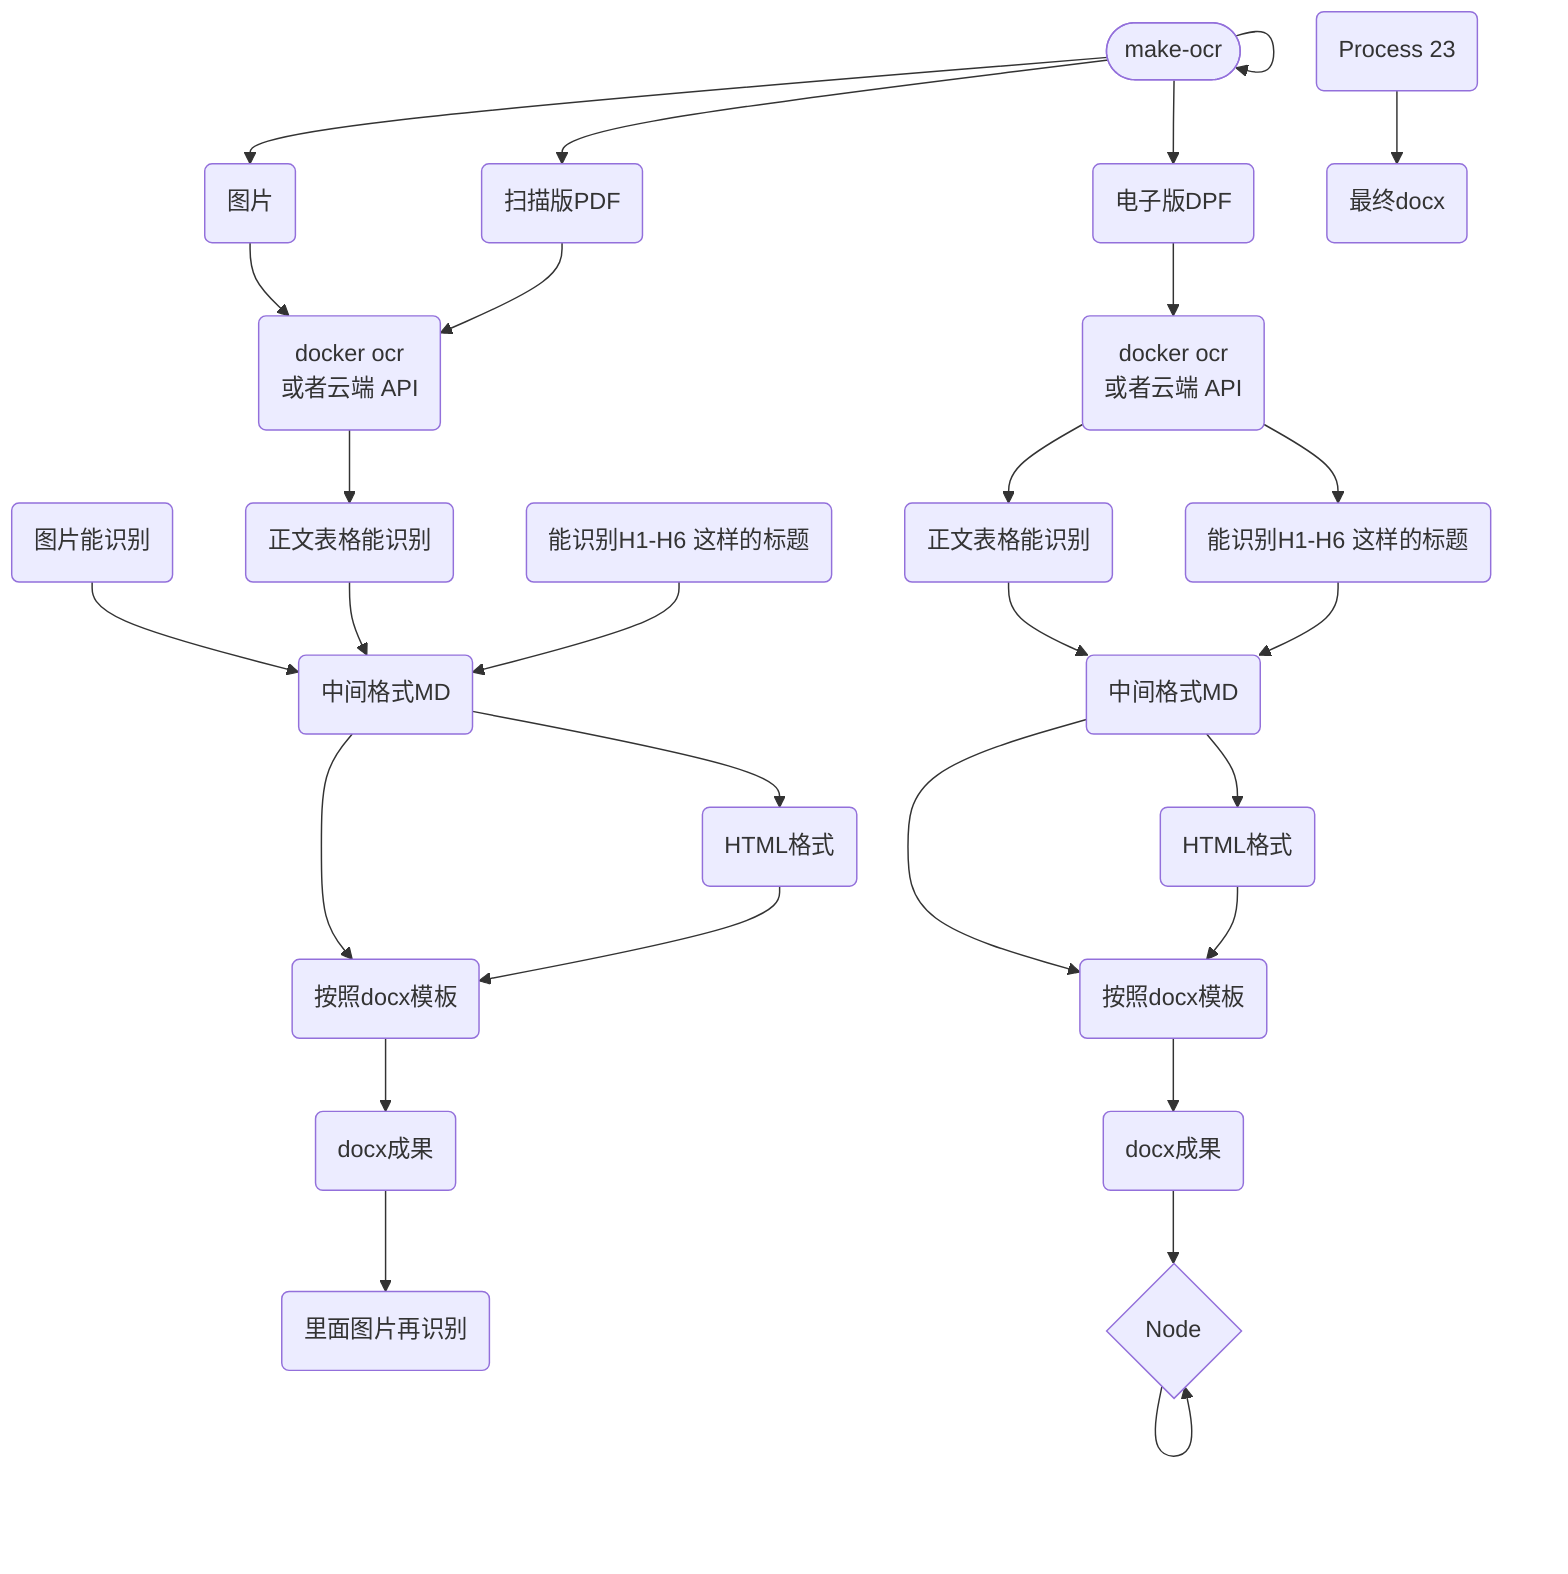
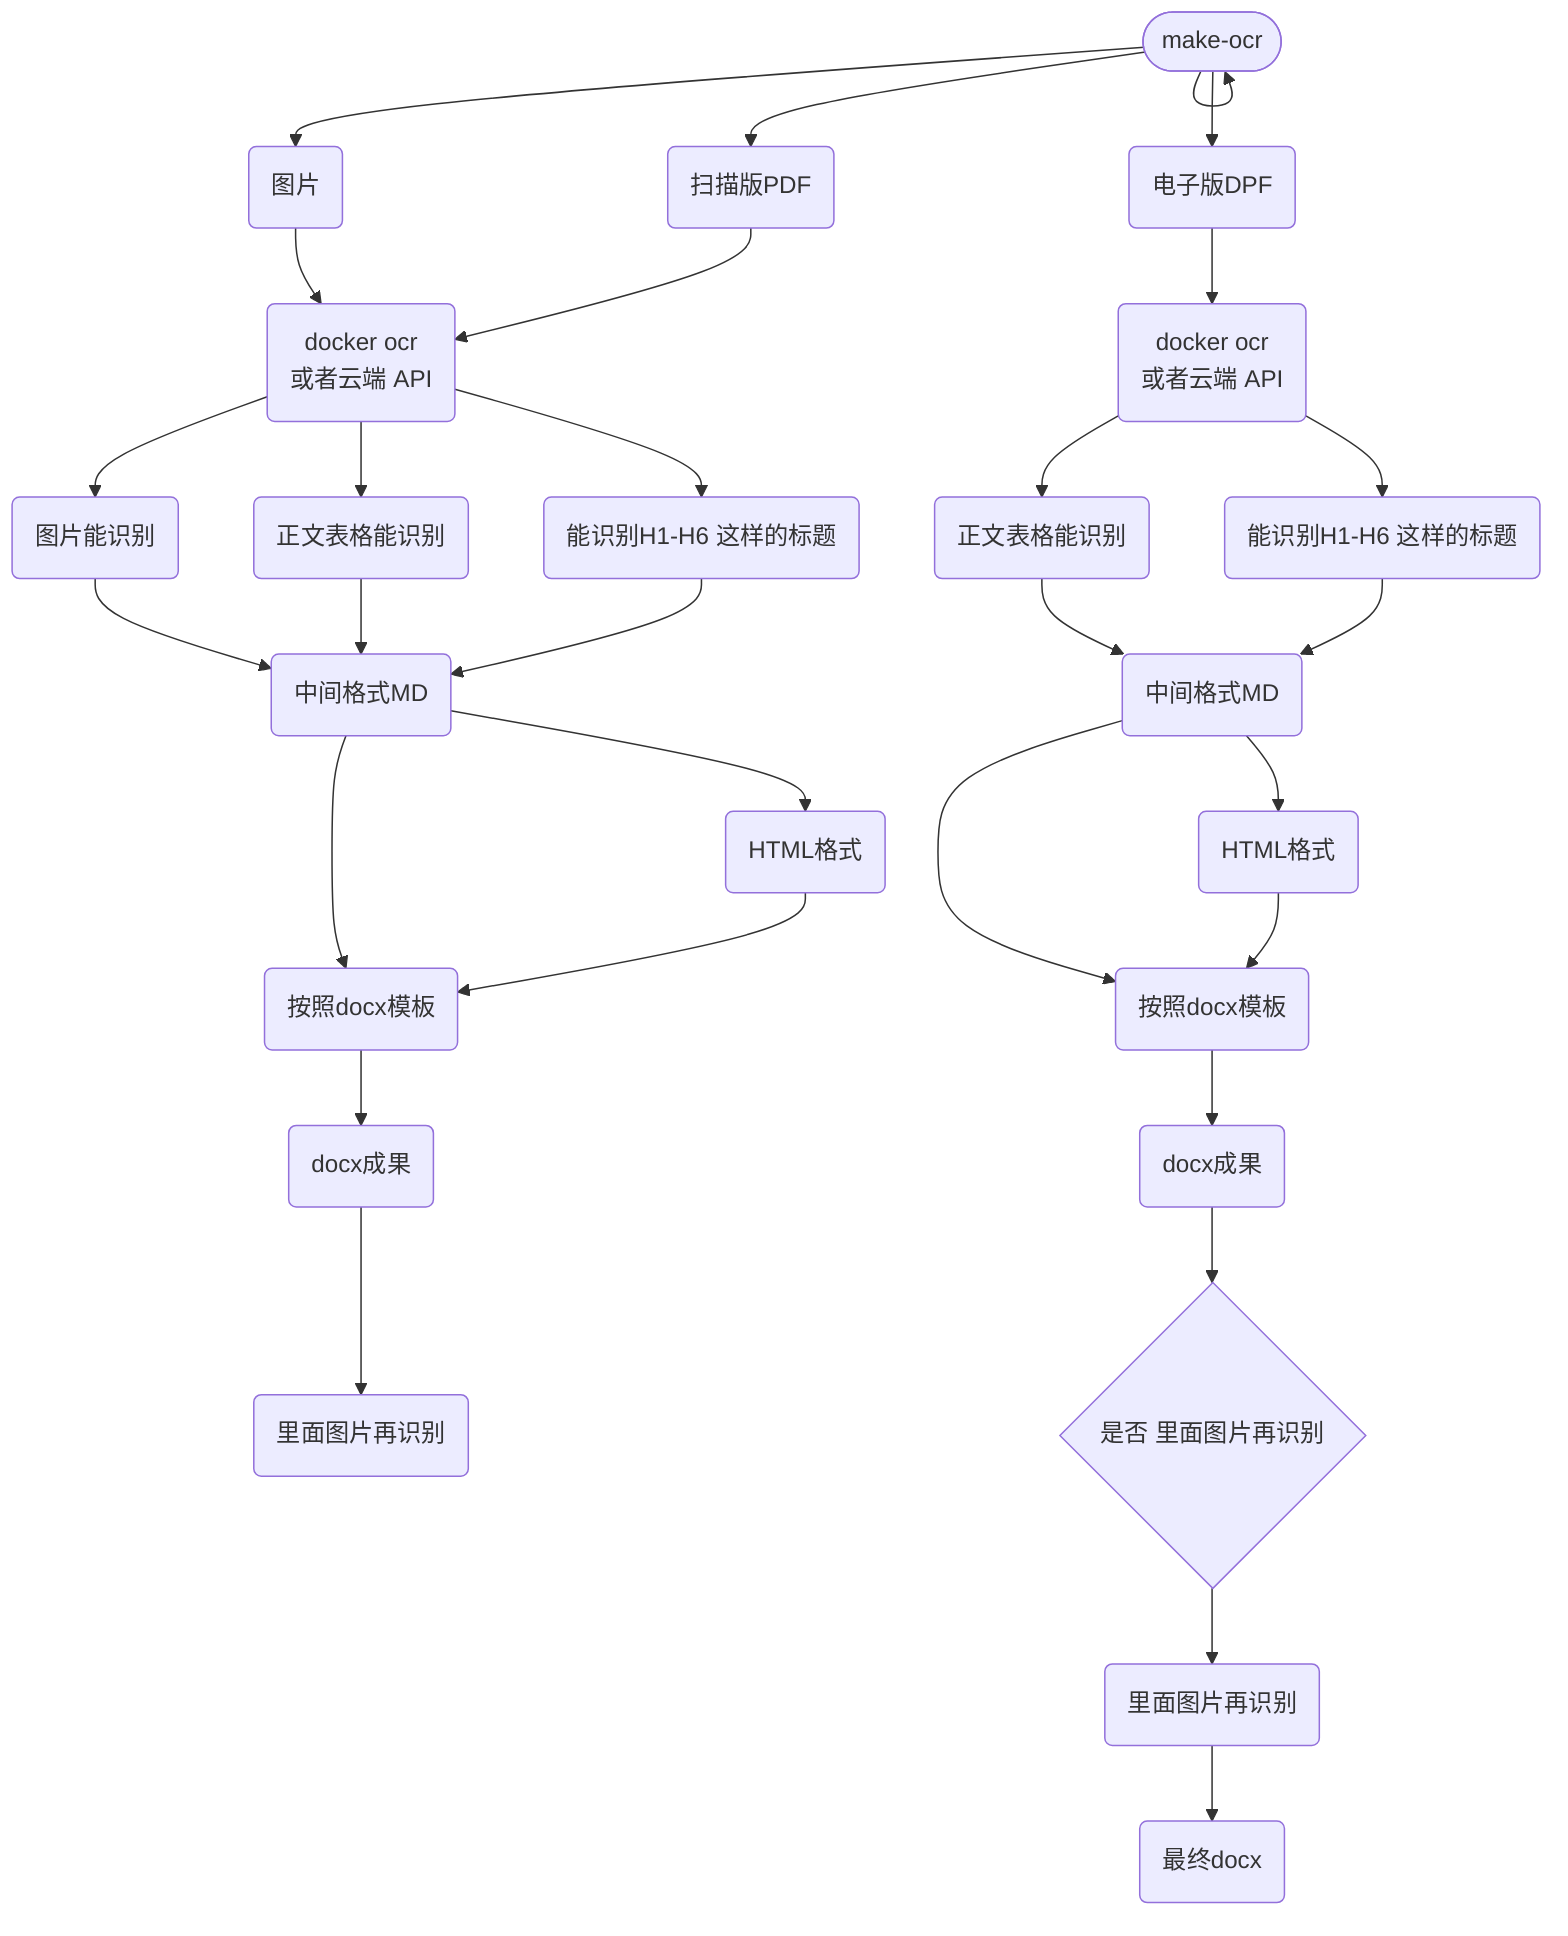
flowchart TD
  n_0(["make-ocr"])
  n_1("扫描版PDF")
  n_2("电子版DPF")
  n_3("docker ocr<br/>或者云端 API")
  n_4("图片")
  n_5("能识别H1-H6 这样的标题")
  n_6("正文表格能识别")
  n_7("图片能识别")
  n_8("按照docx模板")
  n_9("里面图片再识别")
  n_10("docx成果")
  n_11("中间格式MD")
  n_12("HTML格式")
  n_13("docker ocr<br/>或者云端 API")
  n_14("能识别H1-H6 这样的标题")
  n_15("正文表格能识别")
  n_16("按照docx模板")
  n_17("docx成果")
  n_18("中间格式MD")
  n_19("HTML格式")
-   n_20{"Node"}
-   n_21("最终docx")
-   n_22("Process 23")
+   n_20("最终docx")
+   n_21("里面图片再识别")
+   n_22{"是否 里面图片再识别"}
  n_0 --> n_0
  n_0 --> n_1
  n_0 --> n_2
  n_0 --> n_4
  n_11 --> n_8
  n_11 --> n_12
  n_12 --> n_8
  n_8 --> n_10
  n_10 --> n_9
  n_18 --> n_16
  n_18 --> n_19
  n_19 --> n_16
  n_16 --> n_17
  n_4 --> n_3
  n_1 --> n_3
  n_2 --> n_13
  n_13 --> n_14
  n_13 --> n_15
  n_15 --> n_18
  n_14 --> n_18
  n_7 --> n_11
  n_6 --> n_11
  n_5 --> n_11
  n_3 --> n_6
-   n_17 --> n_20
+   n_21 --> n_20
+   n_17 --> n_22
  n_22 --> n_21
-   n_20 --> n_20
-   n_20 --> n_20
+   n_3 --> n_5
+   n_3 --> n_7
